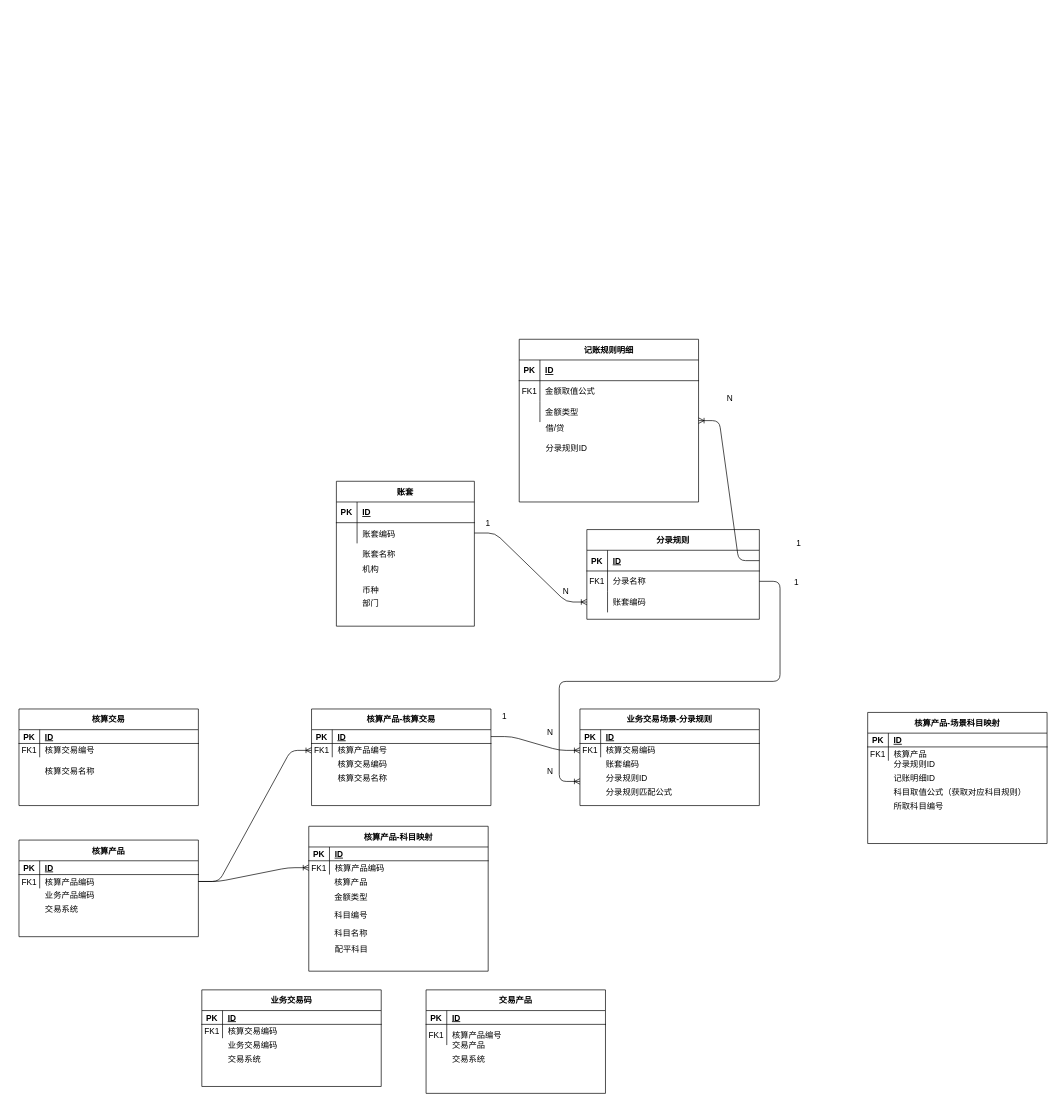
This is page "第 2 页" (2 of 3) of 未命名绘图.drawio from InitialCoder/learn, a draw.io file, before an edit. Source tidied: cells renumbered, new cells numbered last; positions are measured from the earlier drawing's top-left corner, leaving out a move shared by most shapes. Both pictures are drawn from the tidied source at 69%, with x=0, y=0 at pixel (19, 12).
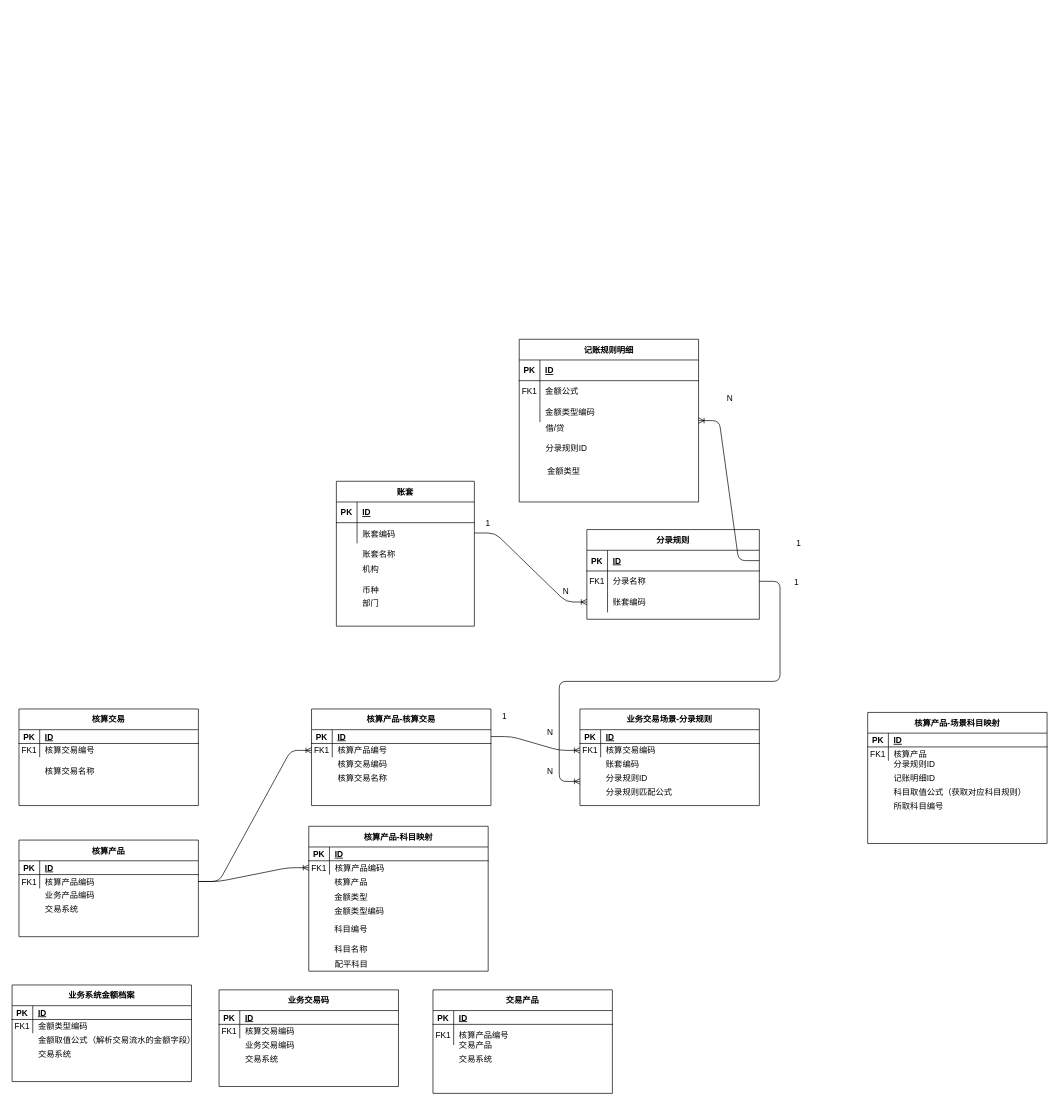
Above is the later version.

Commit message:
更新未命名绘图.drawio

Unchanged cells that the change refers to:
```xml
<mxCell id="5" style="group;" parent="4" vertex="1">
  <mxGeometry width="265" height="280" as="geometry" />
</mxCell>
<mxCell id="10" style="shape=partialRectangle;fillColor=none;top=0;left=0;right=0;bottom=0;" parent="6" vertex="1">
  <mxGeometry y="60" width="259.9" height="30" as="geometry" />
</mxCell>
<mxCell id="13" style="shape=partialRectangle;fillColor=none;top=0;left=0;right=0;bottom=0;" parent="6" vertex="1">
  <mxGeometry y="90" width="259.9" height="30" as="geometry" />
</mxCell>
<mxCell id="74" style="group;" parent="1" vertex="1">
  <mxGeometry x="420" y="1180" width="260" height="210" as="geometry" />
</mxCell>
```

Diff of the diagram source:
```diff
@@
-    <mxCell id="12" value="金额取值公式" style="shape=partialRectangle;overflow=hidden;fillColor=none;top=0;left=0;bottom=0;right=0;align=left;spacingLeft=6;" parent="10" vertex="1">
+    <mxCell id="12" value="金额公式" style="shape=partialRectangle;overflow=hidden;fillColor=none;top=0;left=0;bottom=0;right=0;align=left;spacingLeft=6;" parent="10" vertex="1">
       <mxGeometry x="30" width="229.9" height="30" as="geometry" />
     </mxCell>
@@
-    <mxCell id="15" value="金额类型" style="shape=partialRectangle;overflow=hidden;fillColor=none;top=0;left=0;bottom=0;right=0;align=left;spacingLeft=6;" parent="13" vertex="1">
+    <mxCell id="15" value="金额类型编码" style="shape=partialRectangle;overflow=hidden;fillColor=none;top=0;left=0;bottom=0;right=0;align=left;spacingLeft=6;" parent="13" vertex="1">
       <mxGeometry x="30" width="229.9" height="30" as="geometry" />
     </mxCell>
@@
+    <mxCell id="146" value="金额类型" style="shape=partialRectangle;overflow=hidden;fillColor=none;top=0;left=0;bottom=0;right=0;align=left;spacingLeft=6;" parent="5" vertex="1">
+      <mxGeometry x="32.8" y="220" width="229.9" height="30" as="geometry" />
+    </mxCell>
@@
     <mxCell id="76" value="科目编号" style="shape=partialRectangle;overflow=hidden;fillColor=none;top=0;left=0;bottom=0;right=0;align=left;spacingLeft=6;" parent="74" vertex="1">
-      <mxGeometry x="29.5" y="115.7" width="226.5" height="25.7" as="geometry" />
+      <mxGeometry x="29.5" y="135.7" width="226.5" height="25.7" as="geometry" />
     </mxCell>
     <mxCell id="77" value="科目名称" style="shape=partialRectangle;overflow=hidden;fillColor=none;top=0;left=0;bottom=0;right=0;align=left;spacingLeft=6;" parent="74" vertex="1">
-      <mxGeometry x="29.5" y="141.4" width="226.5" height="25.7" as="geometry" />
+      <mxGeometry x="29.5" y="164.3" width="226.5" height="25.7" as="geometry" />
     </mxCell>
@@
     <mxCell id="86" value="配平科目" style="shape=partialRectangle;overflow=hidden;fillColor=none;top=0;left=0;bottom=0;right=0;align=left;spacingLeft=6;" parent="74" vertex="1">
-      <mxGeometry x="30" y="167.1" width="230" height="20" as="geometry" />
+      <mxGeometry x="30" y="190" width="230" height="20" as="geometry" />
     </mxCell>
+    <mxCell id="147" value="金额类型编码" style="shape=partialRectangle;overflow=hidden;fillColor=none;top=0;left=0;bottom=0;right=0;align=left;spacingLeft=6;" parent="74" vertex="1">
+      <mxGeometry x="29.5" y="110" width="226.5" height="25.7" as="geometry" />
+    </mxCell>
@@
     <mxCell id="109" style="group;" parent="1" vertex="1">
-      <mxGeometry x="265" y="1417.1" width="260" height="140" as="geometry" />
+      <mxGeometry x="290" y="1417.1" width="260" height="140" as="geometry" />
     </mxCell>
@@
     <mxCell id="129" style="group;" parent="1" vertex="1">
-      <mxGeometry x="590" y="1417.1" width="260" height="140" as="geometry" />
+      <mxGeometry x="600" y="1417.1" width="260" height="140" as="geometry" />
     </mxCell>
@@
+    <mxCell id="148" style="group;" parent="1" vertex="1">
+      <mxGeometry x="-10" y="1410" width="260" height="140" as="geometry" />
+    </mxCell>
+    <mxCell id="149" value="金额取值公式（解析交易流水的金额字段）" style="shape=partialRectangle;overflow=hidden;fillColor=none;top=0;left=0;bottom=0;right=0;align=left;spacingLeft=6;" parent="148" vertex="1">
+      <mxGeometry x="30" y="70" width="230" height="20" as="geometry" />
+    </mxCell>
+    <mxCell id="150" value="交易系统" style="shape=partialRectangle;overflow=hidden;fillColor=none;top=0;left=0;bottom=0;right=0;align=left;spacingLeft=6;" parent="148" vertex="1">
+      <mxGeometry x="30" y="90" width="230" height="20" as="geometry" />
+    </mxCell>
+    <mxCell id="151" value="业务系统金额档案" style="shape=table;startSize=30;childLayout=tableLayout;rowLines=0;fontStyle=1;align=center;" parent="148" vertex="1">
+      <mxGeometry width="260" height="140" as="geometry" />
+    </mxCell>
+    <mxCell id="152" style="shape=partialRectangle;fillColor=none;top=0;left=0;right=0;bottom=1;" parent="151" vertex="1">
+      <mxGeometry y="30" width="260" height="20" as="geometry" />
+    </mxCell>
+    <mxCell id="153" value="PK" style="shape=partialRectangle;overflow=hidden;fillColor=none;top=0;left=0;bottom=0;right=0;fontStyle=1;" parent="152" vertex="1">
+      <mxGeometry width="30" height="20" as="geometry" />
+    </mxCell>
+    <mxCell id="154" value="ID" style="shape=partialRectangle;overflow=hidden;fillColor=none;top=0;left=0;bottom=0;right=0;align=left;spacingLeft=6;fontStyle=5;" parent="152" vertex="1">
+      <mxGeometry x="30" width="230" height="20" as="geometry" />
+    </mxCell>
+    <mxCell id="155" style="shape=partialRectangle;fillColor=none;top=0;left=0;right=0;bottom=0;" parent="151" vertex="1">
+      <mxGeometry y="50" width="260" height="20" as="geometry" />
+    </mxCell>
+    <mxCell id="156" value="FK1" style="shape=partialRectangle;overflow=hidden;fillColor=none;top=0;left=0;bottom=0;right=0;" parent="155" vertex="1">
+      <mxGeometry width="30" height="20" as="geometry" />
+    </mxCell>
+    <mxCell id="157" value="金额类型编码" style="shape=partialRectangle;overflow=hidden;fillColor=none;top=0;left=0;bottom=0;right=0;align=left;spacingLeft=6;" parent="155" vertex="1">
+      <mxGeometry x="30" width="230" height="20" as="geometry" />
+    </mxCell>
```
